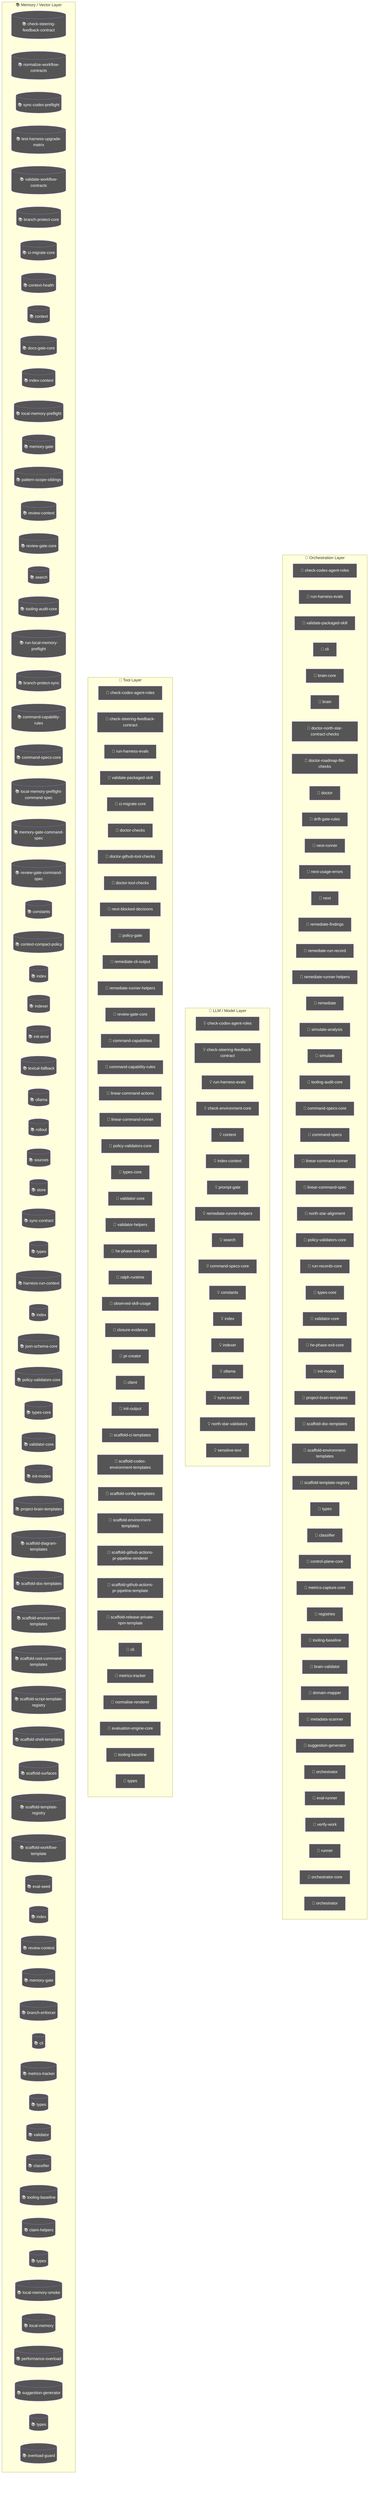
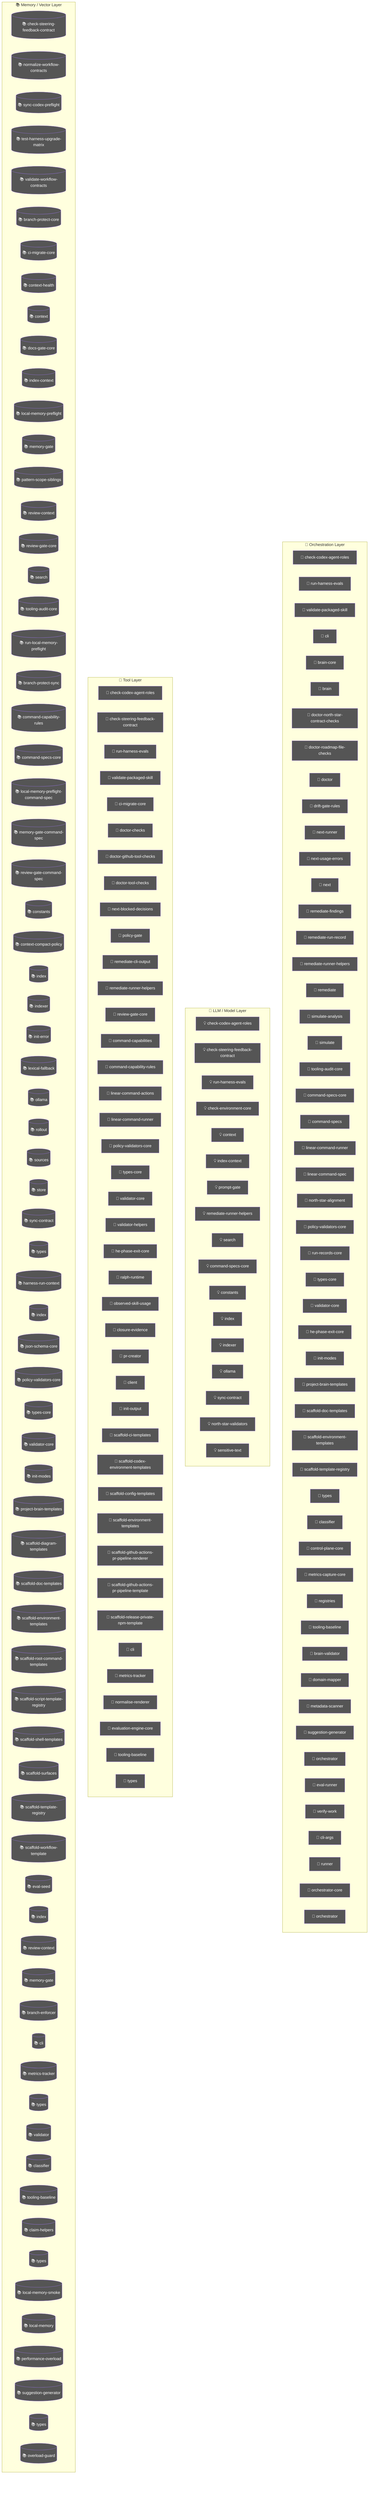
flowchart TD
  subgraph Orchestration["🎯 Orchestration Layer"]
    node_agent_mmd_orchestration_layer_orchestration_chec_7a9f0b64["🤖 check-codex-agent-roles"]
    node_agent_mmd_orchestration_layer_orchestration_run__18817957["🤖 run-harness-evals"]
    node_agent_mmd_orchestration_layer_orchestration_vali_c01b04be["🤖 validate-packaged-skill"]
    cli_99bb8840["🤖 cli"]
    brain_core_aa07c380["🤖 brain-core"]
    brain_bbbf7a64["🤖 brain"]
    doctor_north_star_contract_checks_0048124c["🤖 doctor-north-star-contract-checks"]
    doctor_roadmap_file_checks_14447b8e["🤖 doctor-roadmap-file-checks"]
    doctor_72f4be89["🤖 doctor"]
    drift_gate_rules_9685e72d["🤖 drift-gate-rules"]
    next_runner_41643472["🤖 next-runner"]
    next_usage_errors_837a345a["🤖 next-usage-errors"]
    next_c6c1c9a9["🤖 next"]
    remediate_findings_8b09c8c6["🤖 remediate-findings"]
    remediate_run_record_9dfe5dc1["🤖 remediate-run-record"]
    node_agent_mmd_orchestration_layer_orchestration_reme_359fe98f["🤖 remediate-runner-helpers"]
    remediate_06b9c7fc["🤖 remediate"]
    simulate_analysis_164a460c["🤖 simulate-analysis"]
    simulate_b9efe395["🤖 simulate"]
    node_agent_mmd_orchestration_layer_orchestration_tool_acfe0c01["🤖 tooling-audit-core"]
    node_agent_mmd_orchestration_layer_orchestration_comm_1f8cc24c["🤖 command-specs-core"]
    command_specs_69167c63["🤖 command-specs"]
    node_agent_mmd_orchestration_layer_orchestration_line_b67affd5["🤖 linear-command-runner"]
    linear_command_spec_1e12dd44["🤖 linear-command-spec"]
    north_star_alignment_00440188["🤖 north-star-alignment"]
    node_agent_mmd_orchestration_layer_orchestration_poli_3270b55d["🤖 policy-validators-core"]
    run_records_core_89286dfa["🤖 run-records-core"]
    node_agent_mmd_orchestration_layer_orchestration_type_7cf81261["🤖 types-core"]
    node_agent_mmd_orchestration_layer_orchestration_vali_d9fe99e6["🤖 validator-core"]
    node_agent_mmd_orchestration_layer_orchestration_he_p_fc778c24["🤖 he-phase-exit-core"]
    node_agent_mmd_orchestration_layer_orchestration_init_2a9c3ecb["🤖 init-modes"]
    node_agent_mmd_orchestration_layer_orchestration_proj_6ab6f60f["🤖 project-brain-templates"]
    node_agent_mmd_orchestration_layer_orchestration_scaf_12cc07db["🤖 scaffold-doc-templates"]
    node_agent_mmd_orchestration_layer_orchestration_scaf_c9a90c2f["🤖 scaffold-environment-templates"]
    node_agent_mmd_orchestration_layer_orchestration_scaf_ff8f92f6["🤖 scaffold-template-registry"]
    types_8_f6283648["🤖 types"]
    node_agent_mmd_orchestration_layer_orchestration_clas_899b821a["🤖 classifier"]
    control_plane_core_db3b4cb2["🤖 control-plane-core"]
    metrics_capture_core_db4bf7cf["🤖 metrics-capture-core"]
    registries_06402afa["🤖 registries"]
    node_agent_mmd_orchestration_layer_orchestration_tool_cc43149f["🤖 tooling-baseline"]
    brain_validator_be251832["🤖 brain-validator"]
    domain_mapper_cd9333d2["🤖 domain-mapper"]
    metadata_scanner_6a101b66["🤖 metadata-scanner"]
    node_agent_mmd_orchestration_layer_orchestration_sugg_85c5ebe3["🤖 suggestion-generator"]
    orchestrator_11376b7e["🤖 orchestrator"]
    eval_runner_0966a6b3["🤖 eval-runner"]
    verify_work_1_cd8e7ec3["🤖 verify-work"]
+     cli_args_d3dd4287["🤖 cli-args"]
    runner_527aa9f4["🤖 runner"]
    orchestrator_core_d0678b53["🤖 orchestrator-core"]
    orchestrator_1_6b7137c5["🤖 orchestrator"]
  end
  subgraph LLMLayer["🧠 LLM / Model Layer"]
    node_agent_mmd_llm_model_layer_llmlayer_check_codex_a_29e7b7fa["💡 check-codex-agent-roles"]
    node_agent_mmd_llm_model_layer_llmlayer_check_steerin_a7dbbd2f["💡 check-steering-feedback-contract"]
    node_agent_mmd_llm_model_layer_llmlayer_run_harness_e_603fcfdc["💡 run-harness-evals"]
    check_environment_core_2c16213f["💡 check-environment-core"]
    node_agent_mmd_llm_model_layer_llmlayer_context_conte_ad2dfbd9["💡 context"]
    node_agent_mmd_llm_model_layer_llmlayer_index_context_1041bd11["💡 index-context"]
    prompt_gate_c5e9d207["💡 prompt-gate"]
    node_agent_mmd_llm_model_layer_llmlayer_remediate_run_9e3d4585["💡 remediate-runner-helpers"]
    node_agent_mmd_llm_model_layer_llmlayer_search_search_66b9a911["💡 search"]
    node_agent_mmd_llm_model_layer_llmlayer_command_specs_782af9fa["💡 command-specs-core"]
    node_agent_mmd_llm_model_layer_llmlayer_constants_con_c9bd3f6c["💡 constants"]
    node_agent_mmd_llm_model_layer_llmlayer_index_index_1_02e160ff["💡 index"]
    node_agent_mmd_llm_model_layer_llmlayer_indexer_index_4f4deef5["💡 indexer"]
    node_agent_mmd_llm_model_layer_llmlayer_ollama_ollama_968b23fa["💡 ollama"]
    node_agent_mmd_llm_model_layer_llmlayer_sync_contract_9f3cc8c1["💡 sync-contract"]
    north_star_validators_cfc926ce["💡 north-star-validators"]
    sensitive_text_7c11f760["💡 sensitive-text"]
  end
  subgraph ToolLayer["🔧 Tool Layer"]
    node_agent_mmd_tool_layer_toollayer_check_codex_agent_4b361d5a["🔧 check-codex-agent-roles"]
    node_agent_mmd_tool_layer_toollayer_check_steering_fe_84ed22c2["🔧 check-steering-feedback-contract"]
    node_agent_mmd_tool_layer_toollayer_run_harness_evals_e2ee24f1["🔧 run-harness-evals"]
    node_agent_mmd_tool_layer_toollayer_validate_packaged_f6ed6f12["🔧 validate-packaged-skill"]
    node_agent_mmd_tool_layer_toollayer_ci_migrate_core_c_049f8460["🔧 ci-migrate-core"]
    doctor_checks_5a2eb2b9["🔧 doctor-checks"]
    doctor_github_tool_checks_a53b0382["🔧 doctor-github-tool-checks"]
    doctor_tool_checks_4acac51a["🔧 doctor-tool-checks"]
    next_blocked_decisions_4140ad2b["🔧 next-blocked-decisions"]
    policy_gate_213f7313["🔧 policy-gate"]
    remediate_cli_output_cc165396["🔧 remediate-cli-output"]
    node_agent_mmd_tool_layer_toollayer_remediate_runner__c003b871["🔧 remediate-runner-helpers"]
    node_agent_mmd_tool_layer_toollayer_review_gate_core__7704598b["🔧 review-gate-core"]
    command_capabilities_a4d5c71e["🔧 command-capabilities"]
    node_agent_mmd_tool_layer_toollayer_command_capabilit_e97a4615["🔧 command-capability-rules"]
    linear_command_actions_e430f4f4["🔧 linear-command-actions"]
    node_agent_mmd_tool_layer_toollayer_linear_command_ru_d6763748["🔧 linear-command-runner"]
    node_agent_mmd_tool_layer_toollayer_policy_validators_af136abf["🔧 policy-validators-core"]
    node_agent_mmd_tool_layer_toollayer_types_core_types__6c8319b6["🔧 types-core"]
    node_agent_mmd_tool_layer_toollayer_validator_core_va_6ef6131f["🔧 validator-core"]
    validator_helpers_7b927667["🔧 validator-helpers"]
    node_agent_mmd_tool_layer_toollayer_he_phase_exit_cor_af016160["🔧 he-phase-exit-core"]
    ralph_runtime_73d63c0e["🔧 ralph-runtime"]
    observed_skill_usage_ed7d5930["🔧 observed-skill-usage"]
    closure_evidence_aaa31467["🔧 closure-evidence"]
    pr_creator_dc6b1ea4["🔧 pr-creator"]
    client_948fe603["🔧 client"]
    init_output_360dce91["🔧 init-output"]
    scaffold_ci_templates_2afd6392["🔧 scaffold-ci-templates"]
    scaffold_codex_environment_templates_334fbbed["🔧 scaffold-codex-environment-templates"]
    scaffold_config_templates_4b80ce53["🔧 scaffold-config-templates"]
    node_agent_mmd_tool_layer_toollayer_scaffold_environm_c1afc013["🔧 scaffold-environment-templates"]
    scaffold_github_actions_pr_pipeline_renderer_1ee18de5["🔧 scaffold-github-actions-pr-pipeline-renderer"]
    scaffold_github_actions_pr_pipeline_template_e2b85f62["🔧 scaffold-github-actions-pr-pipeline-template"]
    scaffold_release_private_npm_template_075499f8["🔧 scaffold-release-private-npm-template"]
    node_agent_mmd_tool_layer_toollayer_cli_cli_2_1_32d9eeaf["🔧 cli"]
    node_agent_mmd_tool_layer_toollayer_metrics_tracker_m_4c9237d8["🔧 metrics-tracker"]
    normalise_renderer_85f2e563["🔧 normalise-renderer"]
    evaluation_engine_core_e054fe49["🔧 evaluation-engine-core"]
    node_agent_mmd_tool_layer_toollayer_tooling_baseline__61e66e9f["🔧 tooling-baseline"]
    types_21_5756f9dc["🔧 types"]
  end
  subgraph MemoryLayer["📚 Memory / Vector Layer"]
    node_agent_mmd_memory_vector_layer_memorylayer_check__d71f8993[("📚 check-steering-feedback-contract")]
    normalize_workflow_contracts_8701f1c8[("📚 normalize-workflow-contracts")]
    sync_codex_preflight_7e7a8dc2[("📚 sync-codex-preflight")]
    test_harness_upgrade_matrix_84113c4e[("📚 test-harness-upgrade-matrix")]
    validate_workflow_contracts_33dc063c[("📚 validate-workflow-contracts")]
    branch_protect_core_a8feb0fd[("📚 branch-protect-core")]
    node_agent_mmd_memory_vector_layer_memorylayer_ci_mig_0cd5b1a4[("📚 ci-migrate-core")]
    context_health_80bb7da9[("📚 context-health")]
    node_agent_mmd_memory_vector_layer_memorylayer_contex_78ceaaa9[("📚 context")]
    docs_gate_core_eb9b6c18[("📚 docs-gate-core")]
    node_agent_mmd_memory_vector_layer_memorylayer_index__6f3402d0[("📚 index-context")]
    local_memory_preflight_dcc36c42[("📚 local-memory-preflight")]
    memory_gate_a577a506[("📚 memory-gate")]
    pattern_scope_siblings_43abe000[("📚 pattern-scope-siblings")]
    review_context_ca6cf81d[("📚 review-context")]
    node_agent_mmd_memory_vector_layer_memorylayer_review_5bee9816[("📚 review-gate-core")]
    node_agent_mmd_memory_vector_layer_memorylayer_search_ac35cb7e[("📚 search")]
    node_agent_mmd_memory_vector_layer_memorylayer_toolin_a1185b8f[("📚 tooling-audit-core")]
    run_local_memory_preflight_36e92808[("📚 run-local-memory-preflight")]
    branch_protect_sync_570adb18[("📚 branch-protect-sync")]
    node_agent_mmd_memory_vector_layer_memorylayer_comman_c72a5d05[("📚 command-capability-rules")]
    node_agent_mmd_memory_vector_layer_memorylayer_comman_111eb454[("📚 command-specs-core")]
    local_memory_preflight_command_spec_9e23f3ce[("📚 local-memory-preflight-command-spec")]
    memory_gate_command_spec_dc9001a9[("📚 memory-gate-command-spec")]
    review_gate_command_spec_3187376a[("📚 review-gate-command-spec")]
    node_agent_mmd_memory_vector_layer_memorylayer_consta_702d3f46[("📚 constants")]
    context_compact_policy_3dcaf95d[("📚 context-compact-policy")]
    node_agent_mmd_memory_vector_layer_memorylayer_index__752bc61e[("📚 index")]
    node_agent_mmd_memory_vector_layer_memorylayer_indexe_93e6d86f[("📚 indexer")]
    init_error_5c7dd49f[("📚 init-error")]
    lexical_fallback_723e2b3e[("📚 lexical-fallback")]
    node_agent_mmd_memory_vector_layer_memorylayer_ollama_6d51be16[("📚 ollama")]
    rollout_a4fa034c[("📚 rollout")]
    sources_878a52fc[("📚 sources")]
    store_824d80d7[("📚 store")]
    node_agent_mmd_memory_vector_layer_memorylayer_sync_c_e43418bc[("📚 sync-contract")]
    types_3_9675d69b[("📚 types")]
    harness_run_context_ac7c77a9[("📚 harness-run-context")]
    index_1_faebc14e[("📚 index")]
    json_schema_core_96d7e328[("📚 json-schema-core")]
    node_agent_mmd_memory_vector_layer_memorylayer_policy_1944de42[("📚 policy-validators-core")]
    node_agent_mmd_memory_vector_layer_memorylayer_types__83f369fa[("📚 types-core")]
    node_agent_mmd_memory_vector_layer_memorylayer_valida_41034356[("📚 validator-core")]
    node_agent_mmd_memory_vector_layer_memorylayer_init_m_333d02c5[("📚 init-modes")]
    node_agent_mmd_memory_vector_layer_memorylayer_projec_3ae304d9[("📚 project-brain-templates")]
    scaffold_diagram_templates_dd88e83c[("📚 scaffold-diagram-templates")]
    node_agent_mmd_memory_vector_layer_memorylayer_scaffo_5fd73b94[("📚 scaffold-doc-templates")]
    node_agent_mmd_memory_vector_layer_memorylayer_scaffo_12b42341[("📚 scaffold-environment-templates")]
    scaffold_root_command_templates_404fed7f[("📚 scaffold-root-command-templates")]
    scaffold_script_template_registry_69312d4e[("📚 scaffold-script-template-registry")]
    scaffold_shell_templates_0ad0f915[("📚 scaffold-shell-templates")]
    scaffold_surfaces_12d6494e[("📚 scaffold-surfaces")]
    node_agent_mmd_memory_vector_layer_memorylayer_scaffo_a86eece1[("📚 scaffold-template-registry")]
    scaffold_workflow_template_92310587[("📚 scaffold-workflow-template")]
    eval_seed_5699fd3e[("📚 eval-seed")]
    index_4_013aa0e3[("📚 index")]
    review_context_1_e3afed15[("📚 review-context")]
    memory_gate_1_265164ac[("📚 memory-gate")]
    branch_enforcer_acb749cd[("📚 branch-enforcer")]
    node_agent_mmd_memory_vector_layer_memorylayer_cli_cl_1f1f89ab[("📚 cli")]
    node_agent_mmd_memory_vector_layer_memorylayer_metric_12562178[("📚 metrics-tracker")]
    types_10_75e5a4a0[("📚 types")]
    validator_4_5180cf23[("📚 validator")]
    node_agent_mmd_memory_vector_layer_memorylayer_classi_1ebbf5ff[("📚 classifier")]
    node_agent_mmd_memory_vector_layer_memorylayer_toolin_14f86b00[("📚 tooling-baseline")]
    claim_helpers_20dc8387[("📚 claim-helpers")]
    types_14_fe7507be[("📚 types")]
    local_memory_smoke_1175abfc[("📚 local-memory-smoke")]
    local_memory_0db17ecc[("📚 local-memory")]
    performance_overload_c685bfcf[("📚 performance-overload")]
    node_agent_mmd_memory_vector_layer_memorylayer_sugges_267f408d[("📚 suggestion-generator")]
    types_19_eb4ad5f0[("📚 types")]
    overload_guard_2748c559[("📚 overload-guard")]
  end
  classDef agentNode fill:#555,color:#fff
-   class node_agent_mmd_orchestration_layer_orchestration_chec_7a9f0b64,node_agent_mmd_llm_model_layer_llmlayer_check_codex_a_29e7b7fa,node_agent_mmd_tool_layer_toollayer_check_codex_agent_4b361d5a,node_agent_mmd_orchestration_layer_orchestration_run__18817957,node_agent_mmd_llm_model_layer_llmlayer_run_harness_e_603fcfdc,node_agent_mmd_tool_layer_toollayer_run_harness_evals_e2ee24f1,node_agent_mmd_orchestration_layer_orchestration_vali_c01b04be,node_agent_mmd_tool_layer_toollayer_validate_packaged_f6ed6f12,cli_99bb8840,brain_core_aa07c380,brain_bbbf7a64,doctor_north_star_contract_checks_0048124c,doctor_roadmap_file_checks_14447b8e,doctor_72f4be89,drift_gate_rules_9685e72d,next_runner_41643472,next_usage_errors_837a345a,next_c6c1c9a9,remediate_findings_8b09c8c6,remediate_run_record_9dfe5dc1,node_agent_mmd_orchestration_layer_orchestration_reme_359fe98f,node_agent_mmd_llm_model_layer_llmlayer_remediate_run_9e3d4585,node_agent_mmd_tool_layer_toollayer_remediate_runner__c003b871,remediate_06b9c7fc,simulate_analysis_164a460c,simulate_b9efe395,node_agent_mmd_orchestration_layer_orchestration_tool_acfe0c01,node_agent_mmd_memory_vector_layer_memorylayer_toolin_a1185b8f,node_agent_mmd_orchestration_layer_orchestration_comm_1f8cc24c,node_agent_mmd_llm_model_layer_llmlayer_command_specs_782af9fa,node_agent_mmd_memory_vector_layer_memorylayer_comman_111eb454,command_specs_69167c63,node_agent_mmd_orchestration_layer_orchestration_line_b67affd5,node_agent_mmd_tool_layer_toollayer_linear_command_ru_d6763748,linear_command_spec_1e12dd44,north_star_alignment_00440188,node_agent_mmd_orchestration_layer_orchestration_poli_3270b55d,node_agent_mmd_tool_layer_toollayer_policy_validators_af136abf,node_agent_mmd_memory_vector_layer_memorylayer_policy_1944de42,run_records_core_89286dfa,node_agent_mmd_orchestration_layer_orchestration_type_7cf81261,node_agent_mmd_tool_layer_toollayer_types_core_types__6c8319b6,node_agent_mmd_memory_vector_layer_memorylayer_types__83f369fa,node_agent_mmd_orchestration_layer_orchestration_vali_d9fe99e6,node_agent_mmd_tool_layer_toollayer_validator_core_va_6ef6131f,node_agent_mmd_memory_vector_layer_memorylayer_valida_41034356,node_agent_mmd_orchestration_layer_orchestration_he_p_fc778c24,node_agent_mmd_tool_layer_toollayer_he_phase_exit_cor_af016160,node_agent_mmd_orchestration_layer_orchestration_init_2a9c3ecb,node_agent_mmd_memory_vector_layer_memorylayer_init_m_333d02c5,node_agent_mmd_orchestration_layer_orchestration_proj_6ab6f60f,node_agent_mmd_memory_vector_layer_memorylayer_projec_3ae304d9,node_agent_mmd_orchestration_layer_orchestration_scaf_12cc07db,node_agent_mmd_memory_vector_layer_memorylayer_scaffo_5fd73b94,node_agent_mmd_orchestration_layer_orchestration_scaf_c9a90c2f,node_agent_mmd_tool_layer_toollayer_scaffold_environm_c1afc013,node_agent_mmd_memory_vector_layer_memorylayer_scaffo_12b42341,node_agent_mmd_orchestration_layer_orchestration_scaf_ff8f92f6,node_agent_mmd_memory_vector_layer_memorylayer_scaffo_a86eece1,types_8_f6283648,node_agent_mmd_orchestration_layer_orchestration_clas_899b821a,node_agent_mmd_memory_vector_layer_memorylayer_classi_1ebbf5ff,control_plane_core_db3b4cb2,metrics_capture_core_db4bf7cf,registries_06402afa,node_agent_mmd_orchestration_layer_orchestration_tool_cc43149f,node_agent_mmd_tool_layer_toollayer_tooling_baseline__61e66e9f,node_agent_mmd_memory_vector_layer_memorylayer_toolin_14f86b00,brain_validator_be251832,domain_mapper_cd9333d2,metadata_scanner_6a101b66,node_agent_mmd_orchestration_layer_orchestration_sugg_85c5ebe3,node_agent_mmd_memory_vector_layer_memorylayer_sugges_267f408d,orchestrator_11376b7e,eval_runner_0966a6b3,verify_work_1_cd8e7ec3,runner_527aa9f4,orchestrator_core_d0678b53,orchestrator_1_6b7137c5 agentNode
+   class node_agent_mmd_orchestration_layer_orchestration_chec_7a9f0b64,node_agent_mmd_llm_model_layer_llmlayer_check_codex_a_29e7b7fa,node_agent_mmd_tool_layer_toollayer_check_codex_agent_4b361d5a,node_agent_mmd_orchestration_layer_orchestration_run__18817957,node_agent_mmd_llm_model_layer_llmlayer_run_harness_e_603fcfdc,node_agent_mmd_tool_layer_toollayer_run_harness_evals_e2ee24f1,node_agent_mmd_orchestration_layer_orchestration_vali_c01b04be,node_agent_mmd_tool_layer_toollayer_validate_packaged_f6ed6f12,cli_99bb8840,brain_core_aa07c380,brain_bbbf7a64,doctor_north_star_contract_checks_0048124c,doctor_roadmap_file_checks_14447b8e,doctor_72f4be89,drift_gate_rules_9685e72d,next_runner_41643472,next_usage_errors_837a345a,next_c6c1c9a9,remediate_findings_8b09c8c6,remediate_run_record_9dfe5dc1,node_agent_mmd_orchestration_layer_orchestration_reme_359fe98f,node_agent_mmd_llm_model_layer_llmlayer_remediate_run_9e3d4585,node_agent_mmd_tool_layer_toollayer_remediate_runner__c003b871,remediate_06b9c7fc,simulate_analysis_164a460c,simulate_b9efe395,node_agent_mmd_orchestration_layer_orchestration_tool_acfe0c01,node_agent_mmd_memory_vector_layer_memorylayer_toolin_a1185b8f,node_agent_mmd_orchestration_layer_orchestration_comm_1f8cc24c,node_agent_mmd_llm_model_layer_llmlayer_command_specs_782af9fa,node_agent_mmd_memory_vector_layer_memorylayer_comman_111eb454,command_specs_69167c63,node_agent_mmd_orchestration_layer_orchestration_line_b67affd5,node_agent_mmd_tool_layer_toollayer_linear_command_ru_d6763748,linear_command_spec_1e12dd44,north_star_alignment_00440188,node_agent_mmd_orchestration_layer_orchestration_poli_3270b55d,node_agent_mmd_tool_layer_toollayer_policy_validators_af136abf,node_agent_mmd_memory_vector_layer_memorylayer_policy_1944de42,run_records_core_89286dfa,node_agent_mmd_orchestration_layer_orchestration_type_7cf81261,node_agent_mmd_tool_layer_toollayer_types_core_types__6c8319b6,node_agent_mmd_memory_vector_layer_memorylayer_types__83f369fa,node_agent_mmd_orchestration_layer_orchestration_vali_d9fe99e6,node_agent_mmd_tool_layer_toollayer_validator_core_va_6ef6131f,node_agent_mmd_memory_vector_layer_memorylayer_valida_41034356,node_agent_mmd_orchestration_layer_orchestration_he_p_fc778c24,node_agent_mmd_tool_layer_toollayer_he_phase_exit_cor_af016160,node_agent_mmd_orchestration_layer_orchestration_init_2a9c3ecb,node_agent_mmd_memory_vector_layer_memorylayer_init_m_333d02c5,node_agent_mmd_orchestration_layer_orchestration_proj_6ab6f60f,node_agent_mmd_memory_vector_layer_memorylayer_projec_3ae304d9,node_agent_mmd_orchestration_layer_orchestration_scaf_12cc07db,node_agent_mmd_memory_vector_layer_memorylayer_scaffo_5fd73b94,node_agent_mmd_orchestration_layer_orchestration_scaf_c9a90c2f,node_agent_mmd_tool_layer_toollayer_scaffold_environm_c1afc013,node_agent_mmd_memory_vector_layer_memorylayer_scaffo_12b42341,node_agent_mmd_orchestration_layer_orchestration_scaf_ff8f92f6,node_agent_mmd_memory_vector_layer_memorylayer_scaffo_a86eece1,types_8_f6283648,node_agent_mmd_orchestration_layer_orchestration_clas_899b821a,node_agent_mmd_memory_vector_layer_memorylayer_classi_1ebbf5ff,control_plane_core_db3b4cb2,metrics_capture_core_db4bf7cf,registries_06402afa,node_agent_mmd_orchestration_layer_orchestration_tool_cc43149f,node_agent_mmd_tool_layer_toollayer_tooling_baseline__61e66e9f,node_agent_mmd_memory_vector_layer_memorylayer_toolin_14f86b00,brain_validator_be251832,domain_mapper_cd9333d2,metadata_scanner_6a101b66,node_agent_mmd_orchestration_layer_orchestration_sugg_85c5ebe3,node_agent_mmd_memory_vector_layer_memorylayer_sugges_267f408d,orchestrator_11376b7e,eval_runner_0966a6b3,verify_work_1_cd8e7ec3,cli_args_d3dd4287,runner_527aa9f4,orchestrator_core_d0678b53,orchestrator_1_6b7137c5 agentNode
  classDef llmNode fill:#555,color:#fff
  class node_agent_mmd_orchestration_layer_orchestration_chec_7a9f0b64,node_agent_mmd_llm_model_layer_llmlayer_check_codex_a_29e7b7fa,node_agent_mmd_tool_layer_toollayer_check_codex_agent_4b361d5a,node_agent_mmd_llm_model_layer_llmlayer_check_steerin_a7dbbd2f,node_agent_mmd_tool_layer_toollayer_check_steering_fe_84ed22c2,node_agent_mmd_memory_vector_layer_memorylayer_check__d71f8993,node_agent_mmd_orchestration_layer_orchestration_run__18817957,node_agent_mmd_llm_model_layer_llmlayer_run_harness_e_603fcfdc,node_agent_mmd_tool_layer_toollayer_run_harness_evals_e2ee24f1,check_environment_core_2c16213f,node_agent_mmd_llm_model_layer_llmlayer_context_conte_ad2dfbd9,node_agent_mmd_memory_vector_layer_memorylayer_contex_78ceaaa9,node_agent_mmd_llm_model_layer_llmlayer_index_context_1041bd11,node_agent_mmd_memory_vector_layer_memorylayer_index__6f3402d0,prompt_gate_c5e9d207,node_agent_mmd_orchestration_layer_orchestration_reme_359fe98f,node_agent_mmd_llm_model_layer_llmlayer_remediate_run_9e3d4585,node_agent_mmd_tool_layer_toollayer_remediate_runner__c003b871,node_agent_mmd_llm_model_layer_llmlayer_search_search_66b9a911,node_agent_mmd_memory_vector_layer_memorylayer_search_ac35cb7e,node_agent_mmd_orchestration_layer_orchestration_comm_1f8cc24c,node_agent_mmd_llm_model_layer_llmlayer_command_specs_782af9fa,node_agent_mmd_memory_vector_layer_memorylayer_comman_111eb454,node_agent_mmd_llm_model_layer_llmlayer_constants_con_c9bd3f6c,node_agent_mmd_memory_vector_layer_memorylayer_consta_702d3f46,node_agent_mmd_llm_model_layer_llmlayer_index_index_1_02e160ff,node_agent_mmd_memory_vector_layer_memorylayer_index__752bc61e,node_agent_mmd_llm_model_layer_llmlayer_indexer_index_4f4deef5,node_agent_mmd_memory_vector_layer_memorylayer_indexe_93e6d86f,node_agent_mmd_llm_model_layer_llmlayer_ollama_ollama_968b23fa,node_agent_mmd_memory_vector_layer_memorylayer_ollama_6d51be16,node_agent_mmd_llm_model_layer_llmlayer_sync_contract_9f3cc8c1,node_agent_mmd_memory_vector_layer_memorylayer_sync_c_e43418bc,north_star_validators_cfc926ce,sensitive_text_7c11f760 llmNode
  classDef toolNode fill:#555,color:#fff
  class node_agent_mmd_orchestration_layer_orchestration_chec_7a9f0b64,node_agent_mmd_llm_model_layer_llmlayer_check_codex_a_29e7b7fa,node_agent_mmd_tool_layer_toollayer_check_codex_agent_4b361d5a,node_agent_mmd_llm_model_layer_llmlayer_check_steerin_a7dbbd2f,node_agent_mmd_tool_layer_toollayer_check_steering_fe_84ed22c2,node_agent_mmd_memory_vector_layer_memorylayer_check__d71f8993,node_agent_mmd_orchestration_layer_orchestration_run__18817957,node_agent_mmd_llm_model_layer_llmlayer_run_harness_e_603fcfdc,node_agent_mmd_tool_layer_toollayer_run_harness_evals_e2ee24f1,node_agent_mmd_orchestration_layer_orchestration_vali_c01b04be,node_agent_mmd_tool_layer_toollayer_validate_packaged_f6ed6f12,node_agent_mmd_tool_layer_toollayer_ci_migrate_core_c_049f8460,node_agent_mmd_memory_vector_layer_memorylayer_ci_mig_0cd5b1a4,doctor_checks_5a2eb2b9,doctor_github_tool_checks_a53b0382,doctor_tool_checks_4acac51a,next_blocked_decisions_4140ad2b,policy_gate_213f7313,remediate_cli_output_cc165396,node_agent_mmd_orchestration_layer_orchestration_reme_359fe98f,node_agent_mmd_llm_model_layer_llmlayer_remediate_run_9e3d4585,node_agent_mmd_tool_layer_toollayer_remediate_runner__c003b871,node_agent_mmd_tool_layer_toollayer_review_gate_core__7704598b,node_agent_mmd_memory_vector_layer_memorylayer_review_5bee9816,command_capabilities_a4d5c71e,node_agent_mmd_tool_layer_toollayer_command_capabilit_e97a4615,node_agent_mmd_memory_vector_layer_memorylayer_comman_c72a5d05,linear_command_actions_e430f4f4,node_agent_mmd_orchestration_layer_orchestration_line_b67affd5,node_agent_mmd_tool_layer_toollayer_linear_command_ru_d6763748,node_agent_mmd_orchestration_layer_orchestration_poli_3270b55d,node_agent_mmd_tool_layer_toollayer_policy_validators_af136abf,node_agent_mmd_memory_vector_layer_memorylayer_policy_1944de42,node_agent_mmd_orchestration_layer_orchestration_type_7cf81261,node_agent_mmd_tool_layer_toollayer_types_core_types__6c8319b6,node_agent_mmd_memory_vector_layer_memorylayer_types__83f369fa,node_agent_mmd_orchestration_layer_orchestration_vali_d9fe99e6,node_agent_mmd_tool_layer_toollayer_validator_core_va_6ef6131f,node_agent_mmd_memory_vector_layer_memorylayer_valida_41034356,validator_helpers_7b927667,node_agent_mmd_orchestration_layer_orchestration_he_p_fc778c24,node_agent_mmd_tool_layer_toollayer_he_phase_exit_cor_af016160,ralph_runtime_73d63c0e,observed_skill_usage_ed7d5930,closure_evidence_aaa31467,pr_creator_dc6b1ea4,client_948fe603,init_output_360dce91,scaffold_ci_templates_2afd6392,scaffold_codex_environment_templates_334fbbed,scaffold_config_templates_4b80ce53,node_agent_mmd_orchestration_layer_orchestration_scaf_c9a90c2f,node_agent_mmd_tool_layer_toollayer_scaffold_environm_c1afc013,node_agent_mmd_memory_vector_layer_memorylayer_scaffo_12b42341,scaffold_github_actions_pr_pipeline_renderer_1ee18de5,scaffold_github_actions_pr_pipeline_template_e2b85f62,scaffold_release_private_npm_template_075499f8,node_agent_mmd_tool_layer_toollayer_cli_cli_2_1_32d9eeaf,node_agent_mmd_memory_vector_layer_memorylayer_cli_cl_1f1f89ab,node_agent_mmd_tool_layer_toollayer_metrics_tracker_m_4c9237d8,node_agent_mmd_memory_vector_layer_memorylayer_metric_12562178,normalise_renderer_85f2e563,evaluation_engine_core_e054fe49,node_agent_mmd_orchestration_layer_orchestration_tool_cc43149f,node_agent_mmd_tool_layer_toollayer_tooling_baseline__61e66e9f,node_agent_mmd_memory_vector_layer_memorylayer_toolin_14f86b00,types_21_5756f9dc toolNode
  classDef memNode fill:#555,color:#fff
  class node_agent_mmd_llm_model_layer_llmlayer_check_steerin_a7dbbd2f,node_agent_mmd_tool_layer_toollayer_check_steering_fe_84ed22c2,node_agent_mmd_memory_vector_layer_memorylayer_check__d71f8993,normalize_workflow_contracts_8701f1c8,sync_codex_preflight_7e7a8dc2,test_harness_upgrade_matrix_84113c4e,validate_workflow_contracts_33dc063c,branch_protect_core_a8feb0fd,node_agent_mmd_tool_layer_toollayer_ci_migrate_core_c_049f8460,node_agent_mmd_memory_vector_layer_memorylayer_ci_mig_0cd5b1a4,context_health_80bb7da9,node_agent_mmd_llm_model_layer_llmlayer_context_conte_ad2dfbd9,node_agent_mmd_memory_vector_layer_memorylayer_contex_78ceaaa9,docs_gate_core_eb9b6c18,node_agent_mmd_llm_model_layer_llmlayer_index_context_1041bd11,node_agent_mmd_memory_vector_layer_memorylayer_index__6f3402d0,local_memory_preflight_dcc36c42,memory_gate_a577a506,pattern_scope_siblings_43abe000,review_context_ca6cf81d,node_agent_mmd_tool_layer_toollayer_review_gate_core__7704598b,node_agent_mmd_memory_vector_layer_memorylayer_review_5bee9816,node_agent_mmd_llm_model_layer_llmlayer_search_search_66b9a911,node_agent_mmd_memory_vector_layer_memorylayer_search_ac35cb7e,node_agent_mmd_orchestration_layer_orchestration_tool_acfe0c01,node_agent_mmd_memory_vector_layer_memorylayer_toolin_a1185b8f,run_local_memory_preflight_36e92808,branch_protect_sync_570adb18,node_agent_mmd_tool_layer_toollayer_command_capabilit_e97a4615,node_agent_mmd_memory_vector_layer_memorylayer_comman_c72a5d05,node_agent_mmd_orchestration_layer_orchestration_comm_1f8cc24c,node_agent_mmd_llm_model_layer_llmlayer_command_specs_782af9fa,node_agent_mmd_memory_vector_layer_memorylayer_comman_111eb454,local_memory_preflight_command_spec_9e23f3ce,memory_gate_command_spec_dc9001a9,review_gate_command_spec_3187376a,node_agent_mmd_llm_model_layer_llmlayer_constants_con_c9bd3f6c,node_agent_mmd_memory_vector_layer_memorylayer_consta_702d3f46,context_compact_policy_3dcaf95d,node_agent_mmd_llm_model_layer_llmlayer_index_index_1_02e160ff,node_agent_mmd_memory_vector_layer_memorylayer_index__752bc61e,node_agent_mmd_llm_model_layer_llmlayer_indexer_index_4f4deef5,node_agent_mmd_memory_vector_layer_memorylayer_indexe_93e6d86f,init_error_5c7dd49f,lexical_fallback_723e2b3e,node_agent_mmd_llm_model_layer_llmlayer_ollama_ollama_968b23fa,node_agent_mmd_memory_vector_layer_memorylayer_ollama_6d51be16,rollout_a4fa034c,sources_878a52fc,store_824d80d7,node_agent_mmd_llm_model_layer_llmlayer_sync_contract_9f3cc8c1,node_agent_mmd_memory_vector_layer_memorylayer_sync_c_e43418bc,types_3_9675d69b,harness_run_context_ac7c77a9,index_1_faebc14e,json_schema_core_96d7e328,node_agent_mmd_orchestration_layer_orchestration_poli_3270b55d,node_agent_mmd_tool_layer_toollayer_policy_validators_af136abf,node_agent_mmd_memory_vector_layer_memorylayer_policy_1944de42,node_agent_mmd_orchestration_layer_orchestration_type_7cf81261,node_agent_mmd_tool_layer_toollayer_types_core_types__6c8319b6,node_agent_mmd_memory_vector_layer_memorylayer_types__83f369fa,node_agent_mmd_orchestration_layer_orchestration_vali_d9fe99e6,node_agent_mmd_tool_layer_toollayer_validator_core_va_6ef6131f,node_agent_mmd_memory_vector_layer_memorylayer_valida_41034356,node_agent_mmd_orchestration_layer_orchestration_init_2a9c3ecb,node_agent_mmd_memory_vector_layer_memorylayer_init_m_333d02c5,node_agent_mmd_orchestration_layer_orchestration_proj_6ab6f60f,node_agent_mmd_memory_vector_layer_memorylayer_projec_3ae304d9,scaffold_diagram_templates_dd88e83c,node_agent_mmd_orchestration_layer_orchestration_scaf_12cc07db,node_agent_mmd_memory_vector_layer_memorylayer_scaffo_5fd73b94,node_agent_mmd_orchestration_layer_orchestration_scaf_c9a90c2f,node_agent_mmd_tool_layer_toollayer_scaffold_environm_c1afc013,node_agent_mmd_memory_vector_layer_memorylayer_scaffo_12b42341,scaffold_root_command_templates_404fed7f,scaffold_script_template_registry_69312d4e,scaffold_shell_templates_0ad0f915,scaffold_surfaces_12d6494e,node_agent_mmd_orchestration_layer_orchestration_scaf_ff8f92f6,node_agent_mmd_memory_vector_layer_memorylayer_scaffo_a86eece1,scaffold_workflow_template_92310587,eval_seed_5699fd3e,index_4_013aa0e3,review_context_1_e3afed15,memory_gate_1_265164ac,branch_enforcer_acb749cd,node_agent_mmd_tool_layer_toollayer_cli_cli_2_1_32d9eeaf,node_agent_mmd_memory_vector_layer_memorylayer_cli_cl_1f1f89ab,node_agent_mmd_tool_layer_toollayer_metrics_tracker_m_4c9237d8,node_agent_mmd_memory_vector_layer_memorylayer_metric_12562178,types_10_75e5a4a0,validator_4_5180cf23,node_agent_mmd_orchestration_layer_orchestration_clas_899b821a,node_agent_mmd_memory_vector_layer_memorylayer_classi_1ebbf5ff,node_agent_mmd_orchestration_layer_orchestration_tool_cc43149f,node_agent_mmd_tool_layer_toollayer_tooling_baseline__61e66e9f,node_agent_mmd_memory_vector_layer_memorylayer_toolin_14f86b00,claim_helpers_20dc8387,types_14_fe7507be,local_memory_smoke_1175abfc,local_memory_0db17ecc,performance_overload_c685bfcf,node_agent_mmd_orchestration_layer_orchestration_sugg_85c5ebe3,node_agent_mmd_memory_vector_layer_memorylayer_sugges_267f408d,types_19_eb4ad5f0,overload_guard_2748c559 memNode
